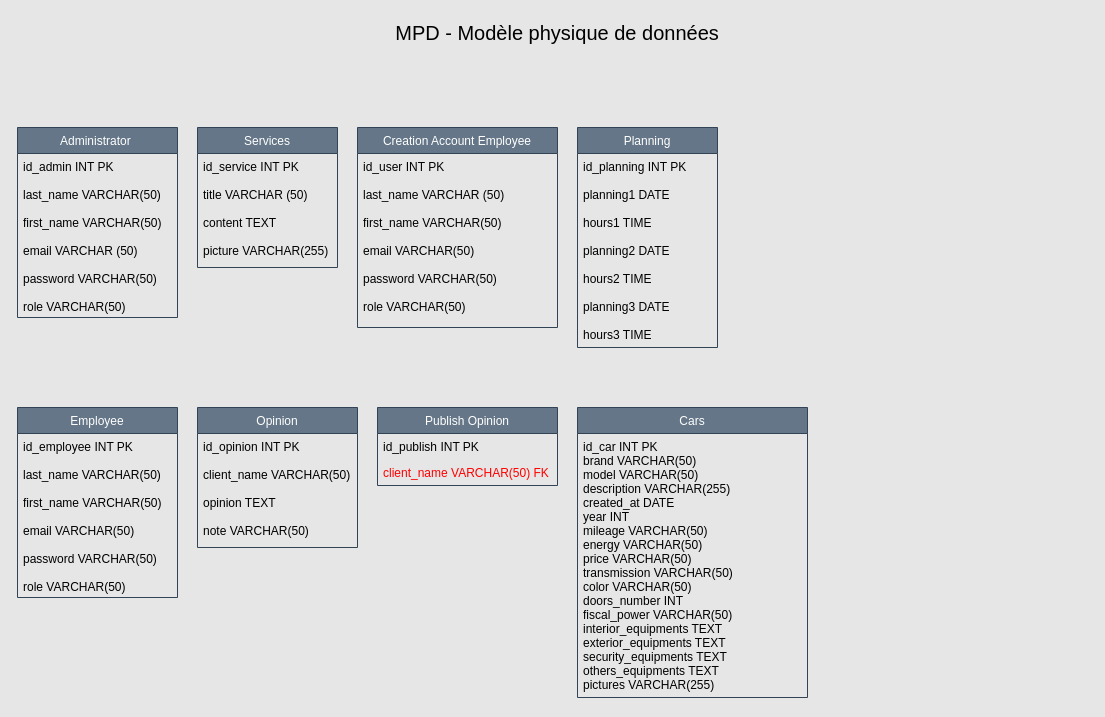
Earlier version of the draw.io diagram Diagrammes/MPD.drawio (Neeruam244/garageparrot). Source tidied: cells renumbered, new cells numbered last; positions are measured from the earlier drawing's top-left corner, leaving out a move shared by most shapes. Both pictures are drawn from the tidied source at 100%, with x=0, y=0 at pixel (17, 17).
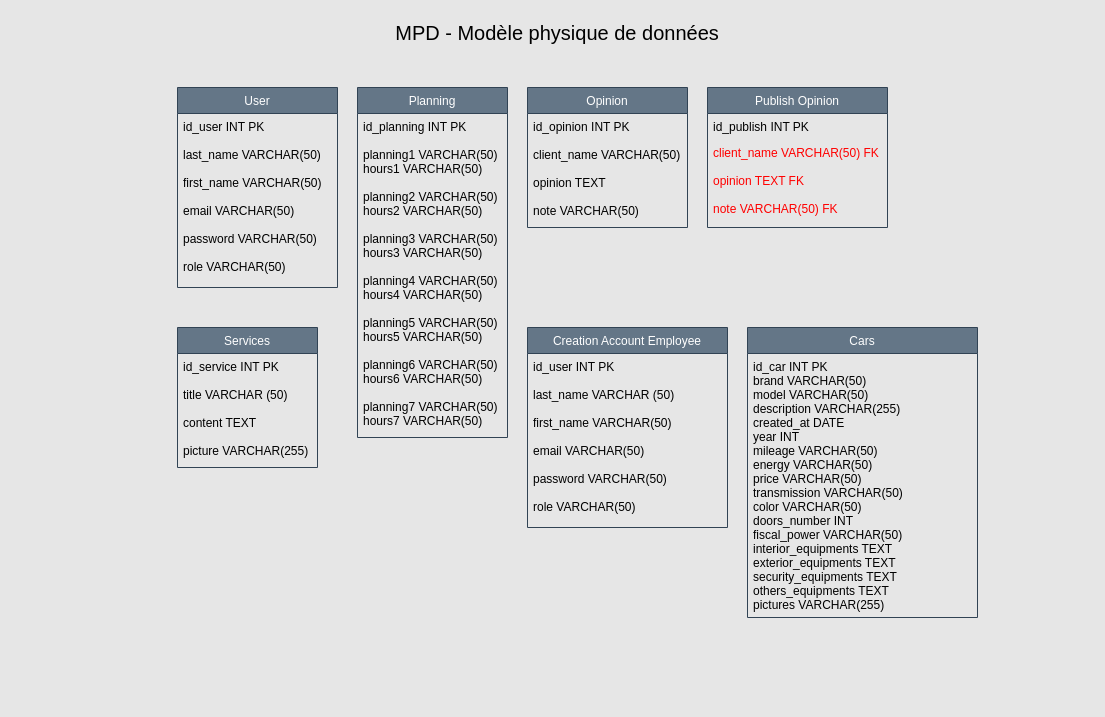
Above is the later version.

Diff of the diagram source:
```diff
@@
 <mxGraphModel background="#E6E6E6">
   <root>
     <mxCell id="0" />
     <mxCell id="1" parent="0" />
-    <mxCell id="2" value="Administrator " style="swimlane;fontStyle=0;horizontal=1;startSize=26;fillColor=#647687;fontColor=#ffffff;strokeColor=#314354;" parent="1" vertex="1">
-      <mxGeometry y="110" width="160" height="190" as="geometry" />
-    </mxCell>
-    <mxCell id="3" value="id_admin INT PK&#10;&#10;last_name VARCHAR(50)&#10;&#10;first_name VARCHAR(50)&#10;&#10;email VARCHAR (50)&#10;&#10;password VARCHAR(50)&#10;&#10;role VARCHAR(50)" style="text;strokeColor=none;fillColor=none;align=left;verticalAlign=top;spacingLeft=4;spacingRight=4;overflow=hidden;fontColor=#000000;spacingTop=0;spacing=2;" parent="2" vertex="1">
-      <mxGeometry y="26" width="160" height="164" as="geometry" />
-    </mxCell>
     <mxCell id="4" value="Services" style="swimlane;fontStyle=0;horizontal=1;startSize=26;fillColor=#647687;fontColor=#ffffff;strokeColor=#314354;" parent="1" vertex="1">
-      <mxGeometry x="180" y="110" width="140" height="140" as="geometry" />
+      <mxGeometry x="160" y="310" width="140" height="140" as="geometry" />
     </mxCell>
     <mxCell id="5" value="id_service INT PK&#10;&#10;title VARCHAR (50)&#10;&#10;content TEXT&#10; &#10;picture VARCHAR(255)" style="text;strokeColor=none;fillColor=none;align=left;verticalAlign=top;spacingLeft=4;spacingRight=4;overflow=hidden;fontColor=#000000;" parent="4" vertex="1">
       <mxGeometry y="26" width="140" height="114" as="geometry" />
     </mxCell>
     <mxCell id="6" value="Creation Account Employee" style="swimlane;fontStyle=0;horizontal=1;startSize=26;fillColor=#647687;fontColor=#ffffff;strokeColor=#314354;" parent="1" vertex="1">
-      <mxGeometry x="340" y="110" width="200" height="200" as="geometry" />
+      <mxGeometry x="510" y="310" width="200" height="200" as="geometry" />
     </mxCell>
     <mxCell id="7" value="id_user INT PK&#10;&#10;last_name VARCHAR (50)&#10;&#10;first_name VARCHAR(50)&#10;&#10;email VARCHAR(50)&#10;&#10;password VARCHAR(50)&#10;&#10;role VARCHAR(50)" style="text;strokeColor=none;fillColor=none;align=left;verticalAlign=top;spacingLeft=4;spacingRight=4;overflow=hidden;fontColor=#000000;" parent="6" vertex="1">
       <mxGeometry y="26" width="200" height="174" as="geometry" />
     </mxCell>
     <mxCell id="8" value="MPD - Modèle physique de données" style="text;html=1;strokeColor=none;fillColor=none;align=center;verticalAlign=middle;whiteSpace=wrap;rounded=0;fontColor=#000000;fontSize=20;" parent="1" vertex="1">
       <mxGeometry x="10" width="1060" height="30" as="geometry" />
     </mxCell>
     <mxCell id="9" value="Planning" style="swimlane;fontStyle=0;horizontal=1;startSize=26;fillColor=#647687;fontColor=#ffffff;strokeColor=#314354;" parent="1" vertex="1">
-      <mxGeometry x="560" y="110" width="140" height="220" as="geometry" />
+      <mxGeometry x="340" y="70" width="150" height="350" as="geometry" />
     </mxCell>
-    <mxCell id="10" value="id_planning INT PK&#10;&#10;planning1 DATE&#10;&#10;hours1 TIME&#10;&#10;planning2 DATE&#10;&#10;hours2 TIME&#10;&#10;planning3 DATE&#10;&#10;hours3 TIME" style="text;strokeColor=none;fillColor=none;align=left;verticalAlign=top;spacingLeft=4;spacingRight=4;overflow=hidden;fontColor=#000000;" parent="9" vertex="1">
-      <mxGeometry y="26" width="140" height="194" as="geometry" />
+    <mxCell id="10" value="id_planning INT PK&#10;&#10;planning1 VARCHAR(50)&#10;hours1 VARCHAR(50)&#10;&#10;planning2 VARCHAR(50)&#10;hours2 VARCHAR(50)&#10;&#10;planning3 VARCHAR(50)&#10;hours3 VARCHAR(50)&#10;&#10;planning4 VARCHAR(50)&#10;hours4 VARCHAR(50)&#10;&#10;planning5 VARCHAR(50)&#10;hours5 VARCHAR(50)&#10;&#10;planning6 VARCHAR(50)&#10;hours6 VARCHAR(50)&#10;&#10;planning7 VARCHAR(50)&#10;hours7 VARCHAR(50)" style="text;strokeColor=none;fillColor=none;align=left;verticalAlign=top;spacingLeft=4;spacingRight=4;overflow=hidden;fontColor=#000000;" parent="9" vertex="1">
+      <mxGeometry y="26" width="150" height="324" as="geometry" />
     </mxCell>
-    <mxCell id="11" value="Employee" style="swimlane;fontStyle=0;horizontal=1;startSize=26;fillColor=#647687;fontColor=#ffffff;strokeColor=#314354;" parent="1" vertex="1">
-      <mxGeometry y="390" width="160" height="190" as="geometry" />
-    </mxCell>
-    <mxCell id="12" value="id_employee INT PK&#10;&#10;last_name VARCHAR(50) &#10;&#10;first_name VARCHAR(50)&#10;&#10;email VARCHAR(50)&#10;&#10;password VARCHAR(50) &#10;&#10;role VARCHAR(50)" style="text;strokeColor=none;fillColor=none;align=left;verticalAlign=top;spacingLeft=4;spacingRight=4;overflow=hidden;fontColor=#000000;" parent="11" vertex="1">
-      <mxGeometry y="26" width="160" height="164" as="geometry" />
-    </mxCell>
     <mxCell id="13" value="Opinion" style="swimlane;fontStyle=0;horizontal=1;startSize=26;fillColor=#647687;fontColor=#ffffff;strokeColor=#314354;" parent="1" vertex="1">
-      <mxGeometry x="180" y="390" width="160" height="140" as="geometry" />
+      <mxGeometry x="510" y="70" width="160" height="140" as="geometry" />
     </mxCell>
     <mxCell id="14" value="id_opinion INT PK&#10;&#10;client_name VARCHAR(50)&#10;&#10;opinion TEXT&#10;&#10;note VARCHAR(50)" style="text;strokeColor=none;fillColor=none;align=left;verticalAlign=top;spacingLeft=4;spacingRight=4;overflow=hidden;fontColor=#000000;" parent="13" vertex="1">
       <mxGeometry y="26" width="160" height="114" as="geometry" />
     </mxCell>
     <mxCell id="15" value="Publish Opinion" style="swimlane;fontStyle=0;horizontal=1;startSize=26;fillColor=#647687;fontColor=#ffffff;strokeColor=#314354;" parent="1" vertex="1">
-      <mxGeometry x="360" y="390" width="180" height="78" as="geometry" />
+      <mxGeometry x="690" y="70" width="180" height="140" as="geometry" />
     </mxCell>
     <mxCell id="16" value="id_publish INT PK" style="text;strokeColor=none;fillColor=none;align=left;verticalAlign=top;spacingLeft=4;spacingRight=4;overflow=hidden;fontColor=#000000;" parent="15" vertex="1">
       <mxGeometry y="26" width="180" height="26" as="geometry" />
     </mxCell>
-    <mxCell id="17" value="client_name VARCHAR(50) FK" style="text;strokeColor=none;fillColor=none;align=left;verticalAlign=top;spacingLeft=4;spacingRight=4;overflow=hidden;fontColor=#FF0000;" parent="15" vertex="1">
-      <mxGeometry y="52" width="180" height="26" as="geometry" />
+    <mxCell id="17" value="client_name VARCHAR(50) FK&#10;&#10;opinion TEXT FK&#10;&#10;note VARCHAR(50) FK" style="text;strokeColor=none;fillColor=none;align=left;verticalAlign=top;spacingLeft=4;spacingRight=4;overflow=hidden;fontColor=#FF0000;" parent="15" vertex="1">
+      <mxGeometry y="52" width="180" height="88" as="geometry" />
     </mxCell>
     <mxCell id="18" value="Cars" style="swimlane;fontStyle=0;horizontal=1;startSize=26;fillColor=#647687;fontColor=#ffffff;strokeColor=#314354;" parent="1" vertex="1">
-      <mxGeometry x="560" y="390" width="230" height="290" as="geometry" />
+      <mxGeometry x="730" y="310" width="230" height="290" as="geometry" />
     </mxCell>
     <mxCell id="19" value="id_car INT PK&#10;brand VARCHAR(50)&#10;model VARCHAR(50)&#10;description VARCHAR(255)&#10;created_at DATE&#10;year INT&#10;mileage VARCHAR(50)&#10;energy VARCHAR(50)&#10;price VARCHAR(50)&#10;transmission VARCHAR(50)&#10;color VARCHAR(50)&#10;doors_number INT&#10;fiscal_power VARCHAR(50)&#10;interior_equipments TEXT&#10;exterior_equipments TEXT&#10;security_equipments TEXT&#10;others_equipments TEXT&#10;pictures VARCHAR(255)" style="text;strokeColor=none;fillColor=none;align=left;verticalAlign=top;spacingLeft=4;spacingRight=4;overflow=hidden;fontColor=#000000;" parent="18" vertex="1">
       <mxGeometry y="26" width="230" height="264" as="geometry" />
     </mxCell>
+    <mxCell id="20" value="User" style="swimlane;fontStyle=0;horizontal=1;startSize=26;fillColor=#647687;fontColor=#ffffff;strokeColor=#314354;" parent="1" vertex="1">
+      <mxGeometry x="160" y="70" width="160" height="200" as="geometry" />
+    </mxCell>
+    <mxCell id="21" value="id_user INT PK&#10;&#10;last_name VARCHAR(50) &#10;&#10;first_name VARCHAR(50)&#10;&#10;email VARCHAR(50)&#10;&#10;password VARCHAR(50) &#10;&#10;role VARCHAR(50)" style="text;strokeColor=none;fillColor=none;align=left;verticalAlign=top;spacingLeft=4;spacingRight=4;overflow=hidden;fontColor=#000000;" parent="20" vertex="1">
+      <mxGeometry y="26" width="160" height="174" as="geometry" />
+    </mxCell>
   </root>
 </mxGraphModel>
```
